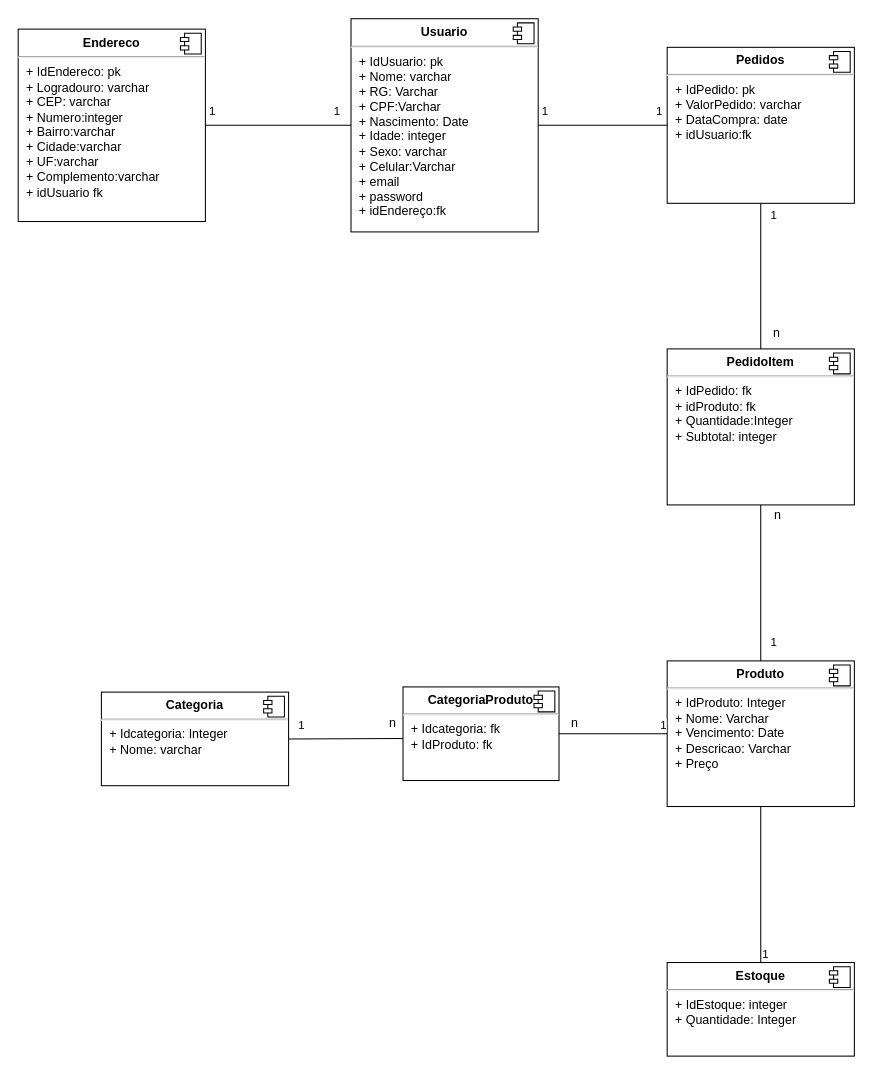
Above: documentos/DiagramaMercado.drawio in PedroNovaes25/MercadoOnline (draw.io), before the change. Source tidied: cells renumbered, new cells numbered last; positions are measured from the earlier drawing's top-left corner, leaving out a move shared by most shapes. Both pictures are drawn from the tidied source at 104%, with x=0, y=0 at pixel (18, 18).
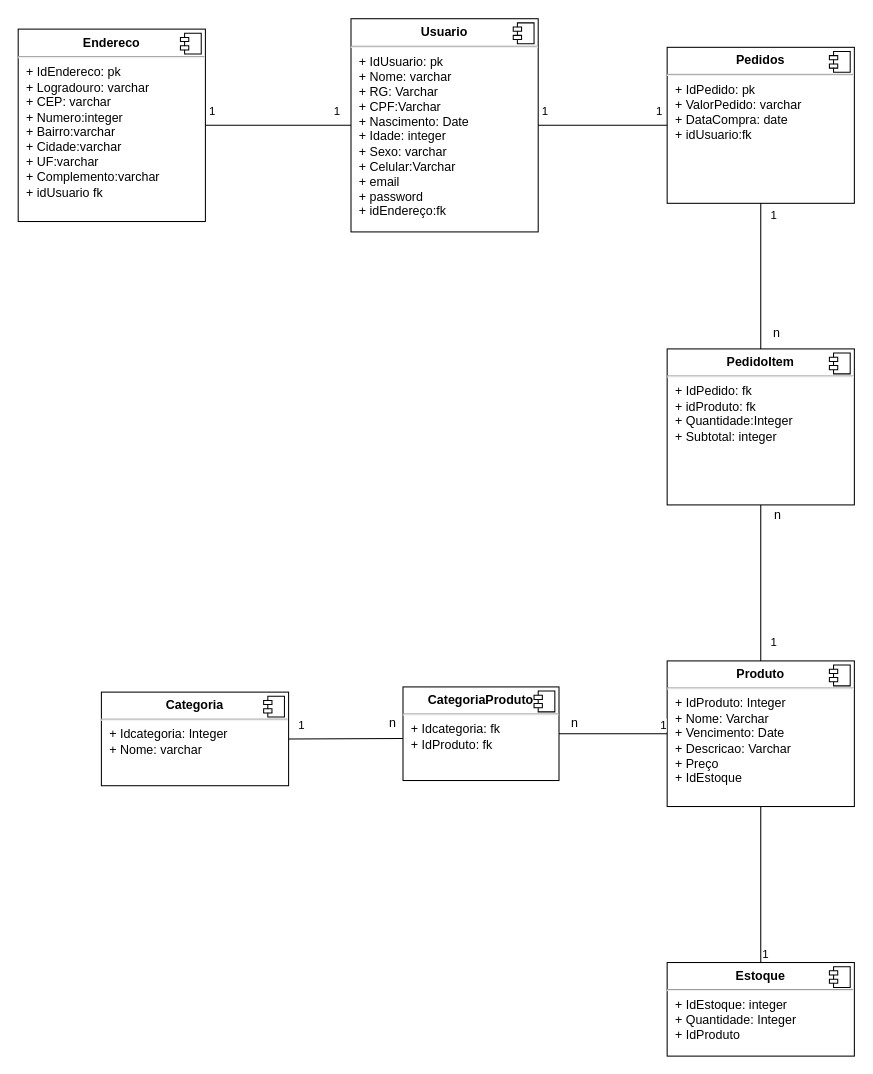
After the change.

Diff of the diagram source:
```diff
@@
-    <mxCell id="2" value="&lt;p style=&quot;margin:0px;margin-top:6px;text-align:center;&quot;&gt;&lt;b&gt;Estoque&lt;/b&gt;&lt;br&gt;&lt;/p&gt;&lt;hr&gt;&lt;p style=&quot;margin:0px;margin-left:8px;&quot;&gt;+ IdEstoque: integer&lt;br&gt;+ Quantidade: Integer&lt;/p&gt;&lt;p style=&quot;margin:0px;margin-left:8px;&quot;&gt;&lt;br&gt;&lt;/p&gt;" style="align=left;overflow=fill;html=1;" parent="1" vertex="1">
+    <mxCell id="2" value="&lt;p style=&quot;margin:0px;margin-top:6px;text-align:center;&quot;&gt;&lt;b&gt;Estoque&lt;/b&gt;&lt;br&gt;&lt;/p&gt;&lt;hr&gt;&lt;p style=&quot;margin:0px;margin-left:8px;&quot;&gt;+ IdEstoque: integer&lt;br&gt;+ Quantidade: Integer&lt;/p&gt;&lt;p style=&quot;margin:0px;margin-left:8px;&quot;&gt;+ IdProduto&lt;br&gt;&lt;/p&gt;&lt;p style=&quot;margin:0px;margin-left:8px;&quot;&gt;&lt;br&gt;&lt;/p&gt;" style="align=left;overflow=fill;html=1;" parent="1" vertex="1">
       <mxGeometry x="624" y="908" width="180" height="90" as="geometry" />
     </mxCell>
@@
-    <mxCell id="4" value="&lt;p style=&quot;margin:0px;margin-top:6px;text-align:center;&quot;&gt;&lt;b&gt;Produto&lt;/b&gt;&lt;/p&gt;&lt;hr&gt;&lt;p style=&quot;margin:0px;margin-left:8px;&quot;&gt;+ IdProduto: Integer&lt;br&gt;+ Nome: Varchar&lt;/p&gt;&lt;p style=&quot;margin:0px;margin-left:8px;&quot;&gt;+ Vencimento: Date&lt;/p&gt;&lt;p style=&quot;margin:0px;margin-left:8px;&quot;&gt;+ Descricao: Varchar&lt;/p&gt;&lt;p style=&quot;margin:0px;margin-left:8px;&quot;&gt;+ Preço&lt;br&gt;&lt;/p&gt;" style="align=left;overflow=fill;html=1;" parent="1" vertex="1">
+    <mxCell id="4" value="&lt;p style=&quot;margin:0px;margin-top:6px;text-align:center;&quot;&gt;&lt;b&gt;Produto&lt;/b&gt;&lt;/p&gt;&lt;hr&gt;&lt;p style=&quot;margin:0px;margin-left:8px;&quot;&gt;+ IdProduto: Integer&lt;br&gt;+ Nome: Varchar&lt;/p&gt;&lt;p style=&quot;margin:0px;margin-left:8px;&quot;&gt;+ Vencimento: Date&lt;/p&gt;&lt;p style=&quot;margin:0px;margin-left:8px;&quot;&gt;+ Descricao: Varchar&lt;/p&gt;&lt;p style=&quot;margin:0px;margin-left:8px;&quot;&gt;+ Preço&lt;/p&gt;&lt;p style=&quot;margin:0px;margin-left:8px;&quot;&gt;+ IdEstoque&lt;br&gt;&lt;/p&gt;" style="align=left;overflow=fill;html=1;" parent="1" vertex="1">
       <mxGeometry x="624" y="618" width="180" height="140" as="geometry" />
     </mxCell>
```
